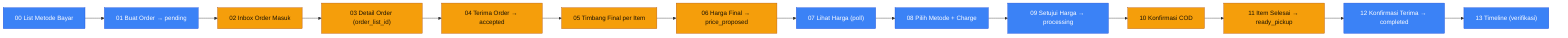
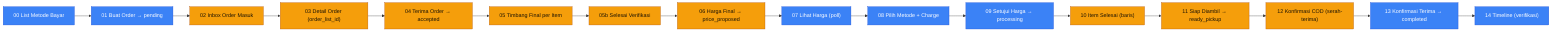
flowchart LR
  n00["00 List Metode Bayar"]:::cust --> n01["01 Buat Order → pending"]:::cust
  n01 --> n02["02 Inbox Order Masuk"]:::ownr
  n02 --> n03["03 Detail Order (order_list_id)"]:::ownr
  n03 --> n04["04 Terima Order → accepted"]:::ownr
  n04 --> n05["05 Timbang Final per Item"]:::ownr
-   n05 --> n06["06 Harga Final → price_proposed"]:::ownr
+   n05 --> n05v["05b Selesai Verifikasi"]:::ownr
+   n05v --> n06["06 Harga Final → price_proposed"]:::ownr
  n06 --> n07["07 Lihat Harga (poll)"]:::cust
  n07 --> n08["08 Pilih Metode + Charge"]:::cust
  n08 --> n09["09 Setujui Harga → processing"]:::cust
-   n09 --> n10["10 Konfirmasi COD"]:::ownr
-   n10 --> n11["11 Item Selesai → ready_pickup"]:::ownr
-   n11 --> n12["12 Konfirmasi Terima → completed"]:::cust
-   n12 --> n13["13 Timeline (verifikasi)"]:::cust
+   n09 --> n11["10 Item Selesai (baris)"]:::ownr
+   n11 --> nAdv["11 Siap Diambil → ready_pickup"]:::ownr
+   nAdv --> n10["12 Konfirmasi COD (serah-terima)"]:::ownr
+   n10 --> n12["13 Konfirmasi Terima → completed"]:::cust
+   n12 --> n13["14 Timeline (verifikasi)"]:::cust
  classDef cust fill:#3b82f6,stroke:#1d4ed8,color:#fff
  classDef ownr fill:#f59e0b,stroke:#b45309,color:#1a1204
